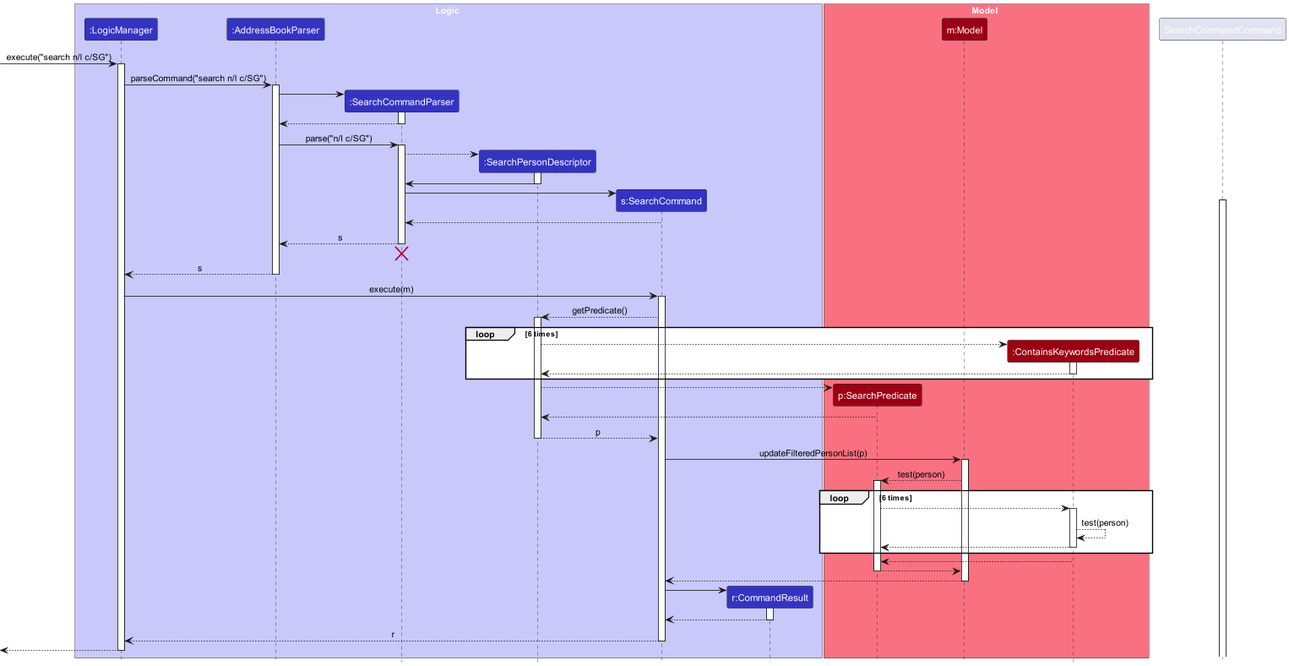
Before: docs/images/SearchSequenceDiagram.png, a diagram exported from PlantUML (leeweiming3/tp).
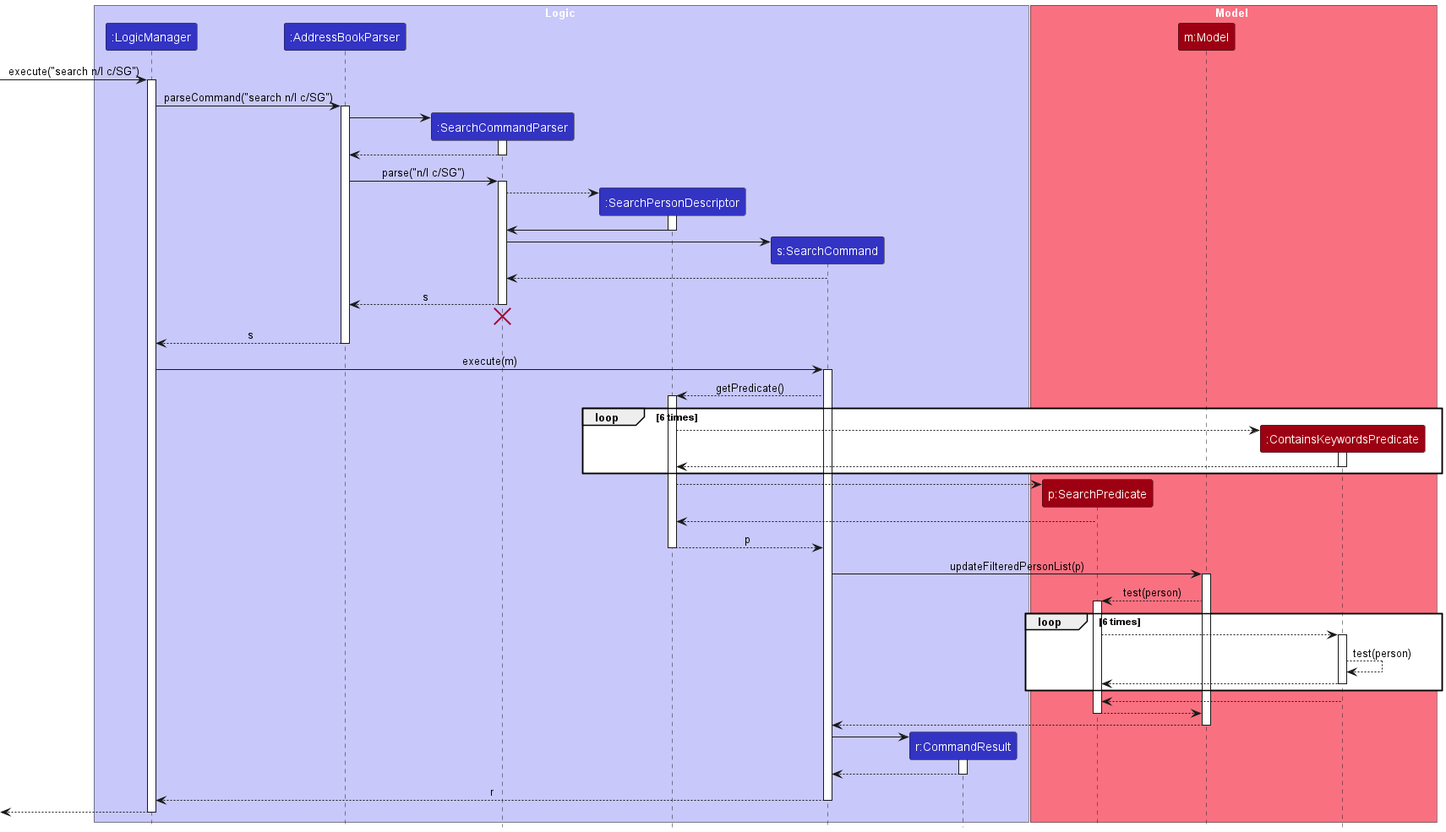
After the change.

What changed in the source:
```diff
@@ -42,7 +42,6 @@
 
 create SearchCommand
 SearchCommandParser -> SearchCommand
-activate SearchCommandCommand
 
 
 SearchCommand --> SearchCommandParser
```
